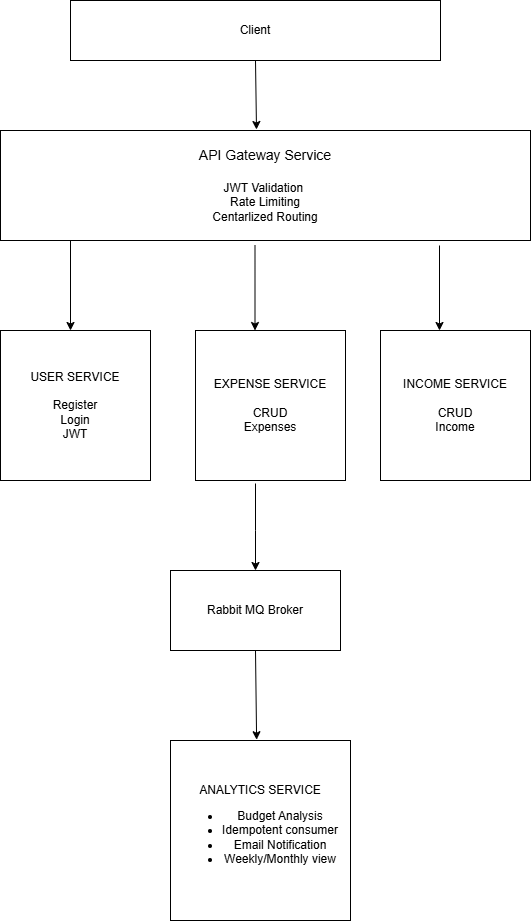
Before: Financial-tracker.png, a diagram exported from draw.io (sanjeevamsi/distributed-financial-tracker). Source tidied: cells renumbered, new cells last; positions are measured from the earlier drawing's top-left corner, leaving out a move shared by most shapes.
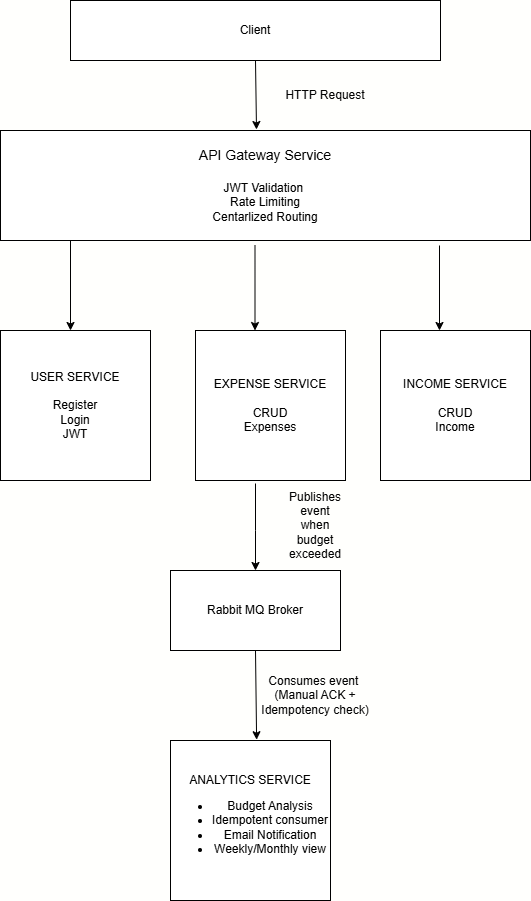
The same file after the commit.

Change to the diagram source:
```diff
@@ -1,23 +1,23 @@
-<mxGraphModel>
+<mxGraphModel background="light-dark(#FFFFFD,#4D4D4D)">
   <root>
     <mxCell id="0" />
     <mxCell id="1" parent="0" />
     <mxCell id="2" value="Client" style="rounded=0;whiteSpace=wrap;html=1;" parent="1" vertex="1">
       <mxGeometry x="70" width="370" height="60" as="geometry" />
     </mxCell>
-    <mxCell id="3" value="HTTP Request" style="text;html=1;whiteSpace=wrap;fillColor=none;align=center;verticalAlign=middle;rounded=0;fontColor=light-dark(#FFFFFF,#FFFFFF);" parent="1" vertex="1">
+    <mxCell id="3" value="HTTP Request" style="text;html=1;whiteSpace=wrap;fillColor=none;align=center;verticalAlign=middle;rounded=0;fontColor=light-dark(#040404,#020204);" parent="1" vertex="1">
       <mxGeometry x="280" y="80" width="90" height="30" as="geometry" />
     </mxCell>
     <mxCell id="4" value="&lt;font style=&quot;font-size: 14px;&quot;&gt;API Gateway Service&lt;/font&gt;&lt;div&gt;&lt;span style=&quot;font-size: 14px;&quot;&gt;&lt;br&gt;&lt;/span&gt;&lt;div&gt;JWT Validation&amp;nbsp;&lt;/div&gt;&lt;div&gt;Rate Limiting&lt;/div&gt;&lt;div&gt;Centarlized Routing&lt;/div&gt;&lt;/div&gt;" style="rounded=0;whiteSpace=wrap;html=1;" parent="1" vertex="1">
       <mxGeometry y="130" width="530" height="110" as="geometry" />
     </mxCell>
-    <mxCell id="5" style="endArrow=classic;html=1;rounded=0;entryX=0.483;entryY=-0.009;entryDx=0;entryDy=0;entryPerimeter=0;exitX=0.5;exitY=1;exitDx=0;exitDy=0;" parent="1" edge="1" source="2" target="4">
+    <mxCell id="5" style="endArrow=classic;html=1;rounded=0;entryX=0.483;entryY=-0.009;entryDx=0;entryDy=0;entryPerimeter=0;exitX=0.5;exitY=1;exitDx=0;exitDy=0;fontColor=light-dark(#040404,#020204);" parent="1" edge="1" source="2" target="4">
       <mxGeometry relative="1" as="geometry" />
     </mxCell>
     <mxCell id="6" value="USER SERVICE&lt;div&gt;&lt;br&gt;&lt;/div&gt;&lt;div&gt;Register&lt;/div&gt;&lt;div&gt;Login&lt;/div&gt;&lt;div&gt;JWT&lt;/div&gt;" style="whiteSpace=wrap;html=1;" parent="1" vertex="1">
       <mxGeometry y="330" width="150" height="150" as="geometry" />
     </mxCell>
-    <mxCell id="7" style="endArrow=classic;html=1;rounded=0;" parent="1" edge="1">
+    <mxCell id="7" style="endArrow=classic;html=1;rounded=0;fontColor=light-dark(#FFFFFF,#FFFFFF);labelBackgroundColor=light-dark(#FFFFFF,#FFFFFF);" parent="1" edge="1">
       <mxGeometry relative="1" as="geometry">
         <mxPoint x="70" y="240" as="sourcePoint" />
         <mxPoint x="70" y="330" as="targetPoint" />
@@ -29,13 +29,13 @@
     <mxCell id="9" value="INCOME SERVICE&lt;div&gt;&lt;br&gt;&lt;/div&gt;&lt;div&gt;CRUD&lt;/div&gt;&lt;div&gt;Income&lt;/div&gt;" style="whiteSpace=wrap;html=1;" parent="1" vertex="1">
       <mxGeometry x="380" y="330" width="150" height="150" as="geometry" />
     </mxCell>
-    <mxCell id="10" style="endArrow=classic;html=1;rounded=0;entryX=0.5;entryY=0;entryDx=0;entryDy=0;" parent="1" edge="1">
+    <mxCell id="10" style="endArrow=classic;html=1;rounded=0;entryX=0.5;entryY=0;entryDx=0;entryDy=0;fontColor=light-dark(#FFFFFF,#FFFFFF);labelBackgroundColor=light-dark(#FFFFFF,#FFFFFF);" parent="1" edge="1">
       <mxGeometry relative="1" as="geometry">
         <mxPoint x="254.5" y="245" as="sourcePoint" />
         <mxPoint x="254.5" y="330" as="targetPoint" />
       </mxGeometry>
     </mxCell>
-    <mxCell id="11" style="endArrow=classic;html=1;rounded=0;entryX=0.5;entryY=0;entryDx=0;entryDy=0;" parent="1" edge="1">
+    <mxCell id="11" style="endArrow=classic;html=1;rounded=0;entryX=0.5;entryY=0;entryDx=0;entryDy=0;fontColor=light-dark(#FFFFFF,#FFFFFF);labelBackgroundColor=light-dark(#FFFFFF,#FFFFFF);" parent="1" edge="1">
       <mxGeometry relative="1" as="geometry">
         <mxPoint x="439" y="245" as="sourcePoint" />
         <mxPoint x="439" y="330" as="targetPoint" />
@@ -44,26 +44,26 @@
     <mxCell id="12" value="Rabbit MQ Broker" style="rounded=0;whiteSpace=wrap;html=1;" parent="1" vertex="1">
       <mxGeometry x="170" y="570" width="170" height="80" as="geometry" />
     </mxCell>
-    <mxCell id="13" style="endArrow=classic;html=1;rounded=0;entryX=0.5;entryY=0;entryDx=0;entryDy=0;exitX=0.4;exitY=1.02;exitDx=0;exitDy=0;exitPerimeter=0;" parent="1" edge="1" source="8" target="12">
+    <mxCell id="13" style="endArrow=classic;html=1;rounded=0;entryX=0.5;entryY=0;entryDx=0;entryDy=0;exitX=0.4;exitY=1.02;exitDx=0;exitDy=0;exitPerimeter=0;fontColor=light-dark(#FFFFFF,#FFFFFF);labelBackgroundColor=light-dark(#FFFFFF,#FFFFFF);" parent="1" edge="1" source="8" target="12">
       <mxGeometry relative="1" as="geometry">
         <Array as="points">
           <mxPoint x="255" y="530" />
         </Array>
       </mxGeometry>
     </mxCell>
-    <mxCell id="14" value="Publishes event when budget exceeded" style="text;html=1;whiteSpace=wrap;fillColor=none;align=center;verticalAlign=middle;rounded=0;fontColor=light-dark(#FFFFFF,#FFFFFF);" parent="1" vertex="1">
+    <mxCell id="14" value="Publishes event when budget exceeded" style="text;html=1;whiteSpace=wrap;fillColor=none;align=center;verticalAlign=middle;rounded=0;fontColor=light-dark(#040404,#040404);" parent="1" vertex="1">
       <mxGeometry x="285" y="510" width="60" height="30" as="geometry" />
     </mxCell>
     <mxCell id="15" value="ANALYTICS SERVICE&lt;div&gt;&lt;ul&gt;&lt;li&gt;Budget Analysis&lt;/li&gt;&lt;li&gt;Idempotent consumer&lt;/li&gt;&lt;li&gt;Email Notification&lt;/li&gt;&lt;li&gt;Weekly/Monthly view&lt;/li&gt;&lt;/ul&gt;&lt;/div&gt;" style="whiteSpace=wrap;html=1;" parent="1" vertex="1">
-      <mxGeometry x="170" y="740" width="180" height="180" as="geometry" />
+      <mxGeometry x="170" y="740" width="160" height="160" as="geometry" />
     </mxCell>
-    <mxCell id="16" style="endArrow=classic;html=1;rounded=0;entryX=0.545;entryY=-0.005;entryDx=0;entryDy=0;entryPerimeter=0;exitX=0.5;exitY=1;exitDx=0;exitDy=0;" parent="1" edge="1" source="12">
+    <mxCell id="16" style="endArrow=classic;html=1;rounded=0;entryX=0.545;entryY=-0.005;entryDx=0;entryDy=0;entryPerimeter=0;exitX=0.5;exitY=1;exitDx=0;exitDy=0;fontColor=light-dark(#FFFFFF,#FFFFFF);labelBackgroundColor=light-dark(#FFFFFF,#FFFFFF);" parent="1" edge="1" source="12">
       <mxGeometry relative="1" as="geometry">
         <mxPoint x="256.1" y="739.2" as="targetPoint" />
       </mxGeometry>
     </mxCell>
-    <mxCell id="17" value="&lt;div&gt;Consumes event&amp;nbsp;&lt;/div&gt;&lt;div&gt;(Manual ACK +&lt;/div&gt;&lt;div&gt;Idempotency check)&lt;/div&gt;" style="text;html=1;whiteSpace=wrap;fillColor=none;align=center;verticalAlign=middle;rounded=0;fontColor=light-dark(#FFFFFF,#FFFFFF);" parent="1" vertex="1">
-      <mxGeometry x="250" y="690" width="130" height="30" as="geometry" />
+    <mxCell id="17" value="&lt;div&gt;Consumes event&amp;nbsp;&lt;/div&gt;&lt;div&gt;(Manual ACK +&lt;/div&gt;&lt;div&gt;Idempotency check)&lt;/div&gt;" style="text;html=1;whiteSpace=wrap;fillColor=none;align=center;verticalAlign=middle;rounded=0;fontColor=light-dark(#040404,#040404);" parent="1" vertex="1">
+      <mxGeometry x="250" y="680" width="130" height="30" as="geometry" />
     </mxCell>
   </root>
 </mxGraphModel>
```
